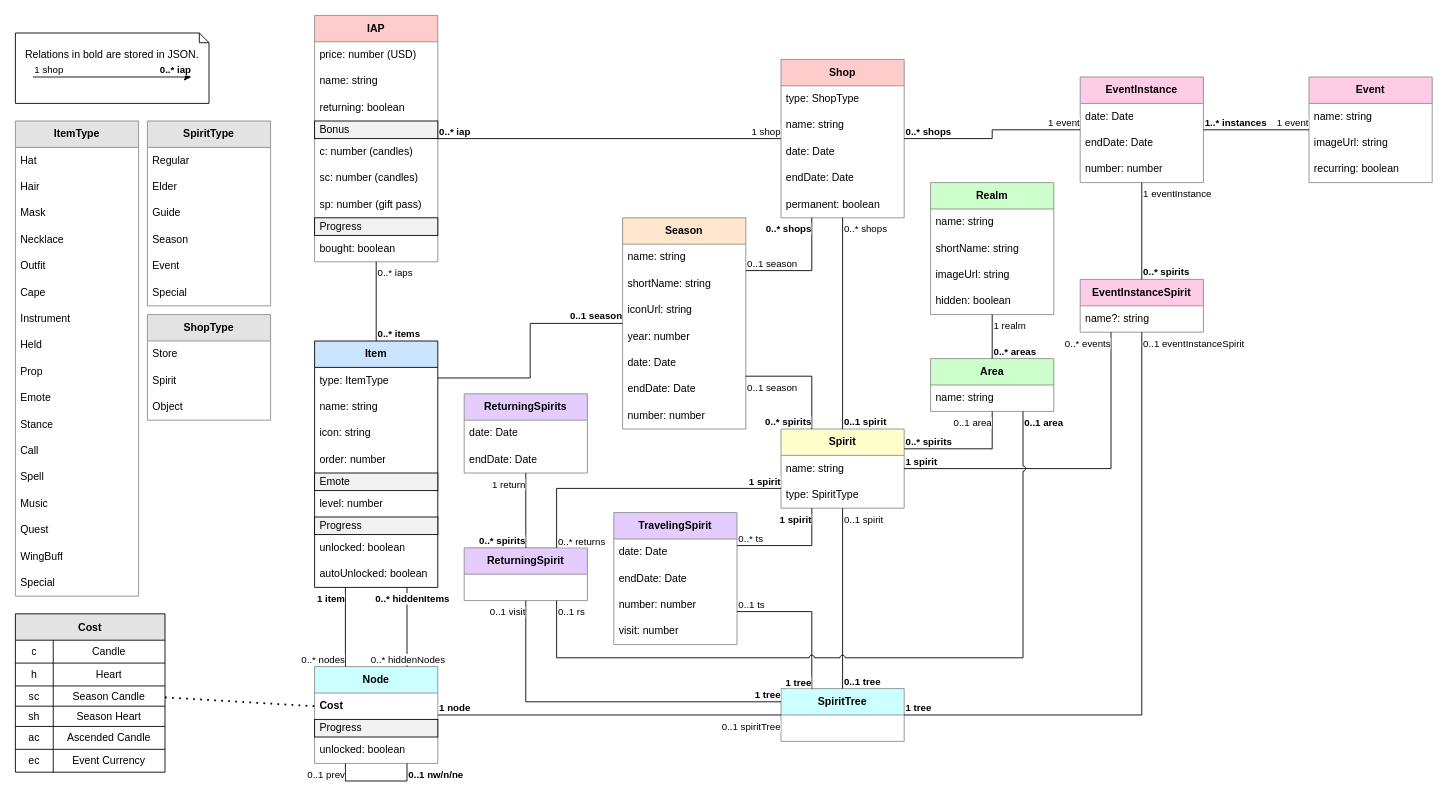
Before: diagrams/SkyPlannerData.drawio in Silverfeelin/SkyGame-Planner, a draw.io diagram. Source tidied: cells renumbered, new cells numbered last; positions are measured from the earlier drawing's top-left corner, leaving out a move shared by most shapes. Both pictures are drawn from the tidied source at 88%, with x=0, y=0 at pixel (15, 15).
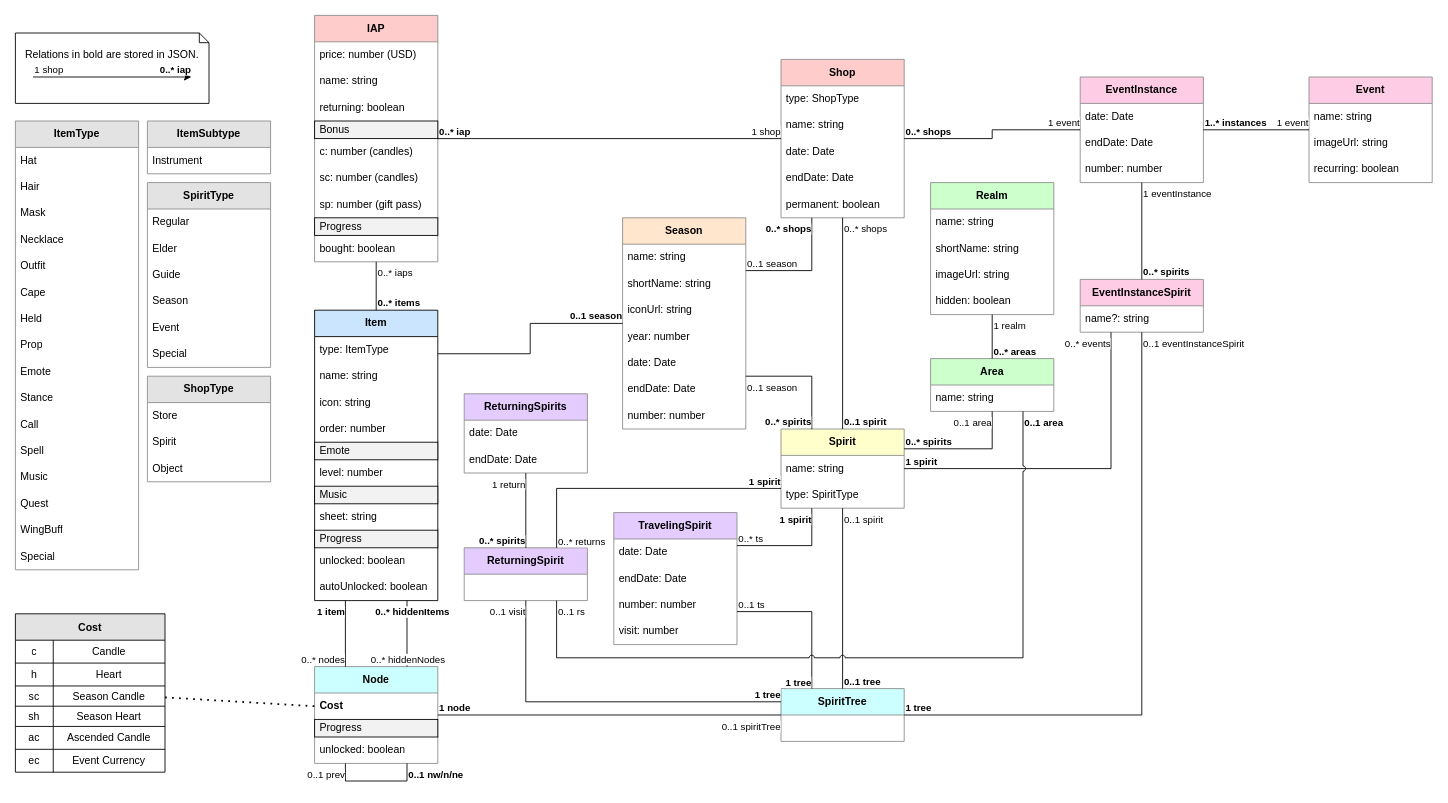
After the change.

Change to the diagram source:
```diff
@@
     <mxCell id="2" value="Item" style="swimlane;fontStyle=1;horizontal=1;startSize=30;whiteSpace=wrap;html=1;fillColor=#CCE5FF;fillStyle=auto;" parent="1" vertex="1">
-      <mxGeometry x="340" y="370" width="140" height="280" as="geometry" />
+      <mxGeometry x="340" y="335" width="140" height="330" as="geometry" />
     </mxCell>
@@
+    <mxCell id="221" value="Music" style="text;strokeColor=default;fillColor=#F2F2F2;align=left;verticalAlign=middle;spacingLeft=4;spacingRight=4;overflow=hidden;whiteSpace=wrap;html=1;" parent="2" vertex="1">
+      <mxGeometry y="200" width="140" height="20" as="geometry" />
+    </mxCell>
+    <mxCell id="222" value="sheet: string" style="text;strokeColor=none;fillColor=none;align=left;verticalAlign=middle;spacingLeft=4;spacingRight=4;overflow=hidden;whiteSpace=wrap;html=1;" parent="2" vertex="1">
+      <mxGeometry y="220" width="140" height="30" as="geometry" />
+    </mxCell>
     <mxCell id="9" value="Progress" style="text;strokeColor=default;fillColor=#F2F2F2;align=left;verticalAlign=middle;spacingLeft=4;spacingRight=4;overflow=hidden;whiteSpace=wrap;html=1;" parent="2" vertex="1">
-      <mxGeometry y="200" width="140" height="20" as="geometry" />
+      <mxGeometry y="250" width="140" height="20" as="geometry" />
     </mxCell>
     <mxCell id="10" value="unlocked: boolean" style="text;strokeColor=none;fillColor=none;align=left;verticalAlign=middle;spacingLeft=4;spacingRight=4;overflow=hidden;whiteSpace=wrap;html=1;" parent="2" vertex="1">
-      <mxGeometry y="220" width="140" height="30" as="geometry" />
+      <mxGeometry y="270" width="140" height="30" as="geometry" />
     </mxCell>
     <mxCell id="11" value="autoUnlocked: boolean" style="text;strokeColor=none;fillColor=none;align=left;verticalAlign=middle;spacingLeft=4;spacingRight=4;overflow=hidden;whiteSpace=wrap;html=1;" parent="2" vertex="1">
-      <mxGeometry y="250" width="140" height="30" as="geometry" />
+      <mxGeometry y="300" width="140" height="30" as="geometry" />
     </mxCell>
     <mxCell id="12" value="ItemType" style="swimlane;fontStyle=1;horizontal=1;startSize=30;whiteSpace=wrap;html=1;fillStyle=auto;strokeColor=#8C8C8C;fillColor=#E3E3E3;" parent="1" vertex="1">
-      <mxGeometry y="120" width="140" height="540" as="geometry" />
+      <mxGeometry y="120" width="140" height="510" as="geometry" />
     </mxCell>
@@
-    <mxCell id="19" value="Instrument" style="text;strokeColor=none;fillColor=none;align=left;verticalAlign=middle;spacingLeft=4;spacingRight=4;overflow=hidden;whiteSpace=wrap;html=1;fillStyle=auto;" parent="12" vertex="1">
-      <mxGeometry y="210" width="140" height="30" as="geometry" />
-    </mxCell>
     <mxCell id="20" value="Held" style="text;strokeColor=none;fillColor=none;align=left;verticalAlign=middle;spacingLeft=4;spacingRight=4;overflow=hidden;whiteSpace=wrap;html=1;fillStyle=auto;" parent="12" vertex="1">
-      <mxGeometry y="240" width="140" height="30" as="geometry" />
+      <mxGeometry y="210" width="140" height="30" as="geometry" />
     </mxCell>
     <mxCell id="21" value="Prop" style="text;strokeColor=none;fillColor=none;align=left;verticalAlign=middle;spacingLeft=4;spacingRight=4;overflow=hidden;whiteSpace=wrap;html=1;fillStyle=auto;" parent="12" vertex="1">
-      <mxGeometry y="270" width="140" height="30" as="geometry" />
+      <mxGeometry y="240" width="140" height="30" as="geometry" />
     </mxCell>
     <mxCell id="22" value="Emote" style="text;strokeColor=none;fillColor=none;align=left;verticalAlign=middle;spacingLeft=4;spacingRight=4;overflow=hidden;whiteSpace=wrap;html=1;fillStyle=auto;" parent="12" vertex="1">
-      <mxGeometry y="300" width="140" height="30" as="geometry" />
+      <mxGeometry y="270" width="140" height="30" as="geometry" />
     </mxCell>
     <mxCell id="23" value="Stance" style="text;strokeColor=none;fillColor=none;align=left;verticalAlign=middle;spacingLeft=4;spacingRight=4;overflow=hidden;whiteSpace=wrap;html=1;fillStyle=auto;" parent="12" vertex="1">
-      <mxGeometry y="330" width="140" height="30" as="geometry" />
+      <mxGeometry y="300" width="140" height="30" as="geometry" />
     </mxCell>
     <mxCell id="24" value="Call" style="text;strokeColor=none;fillColor=none;align=left;verticalAlign=middle;spacingLeft=4;spacingRight=4;overflow=hidden;whiteSpace=wrap;html=1;fillStyle=auto;" parent="12" vertex="1">
-      <mxGeometry y="360" width="140" height="30" as="geometry" />
+      <mxGeometry y="330" width="140" height="30" as="geometry" />
     </mxCell>
     <mxCell id="25" value="Spell" style="text;strokeColor=none;fillColor=none;align=left;verticalAlign=middle;spacingLeft=4;spacingRight=4;overflow=hidden;whiteSpace=wrap;html=1;fillStyle=auto;" parent="12" vertex="1">
-      <mxGeometry y="390" width="140" height="30" as="geometry" />
+      <mxGeometry y="360" width="140" height="30" as="geometry" />
     </mxCell>
     <mxCell id="26" value="Music" style="text;strokeColor=none;fillColor=none;align=left;verticalAlign=middle;spacingLeft=4;spacingRight=4;overflow=hidden;whiteSpace=wrap;html=1;fillStyle=auto;" parent="12" vertex="1">
-      <mxGeometry y="420" width="140" height="30" as="geometry" />
+      <mxGeometry y="390" width="140" height="30" as="geometry" />
     </mxCell>
     <mxCell id="27" value="Quest" style="text;strokeColor=none;fillColor=none;align=left;verticalAlign=middle;spacingLeft=4;spacingRight=4;overflow=hidden;whiteSpace=wrap;html=1;fillStyle=auto;" parent="12" vertex="1">
-      <mxGeometry y="450" width="140" height="30" as="geometry" />
+      <mxGeometry y="420" width="140" height="30" as="geometry" />
     </mxCell>
     <mxCell id="28" value="WingBuff" style="text;strokeColor=none;fillColor=none;align=left;verticalAlign=middle;spacingLeft=4;spacingRight=4;overflow=hidden;whiteSpace=wrap;html=1;fillStyle=auto;" parent="12" vertex="1">
-      <mxGeometry y="480" width="140" height="30" as="geometry" />
+      <mxGeometry y="450" width="140" height="30" as="geometry" />
     </mxCell>
     <mxCell id="29" value="Special" style="text;strokeColor=none;fillColor=none;align=left;verticalAlign=middle;spacingLeft=4;spacingRight=4;overflow=hidden;whiteSpace=wrap;html=1;fillStyle=auto;" parent="12" vertex="1">
-      <mxGeometry y="510" width="140" height="30" as="geometry" />
+      <mxGeometry y="480" width="140" height="30" as="geometry" />
     </mxCell>
@@
     <mxCell id="86" value="SpiritType" style="swimlane;fontStyle=1;horizontal=1;startSize=30;whiteSpace=wrap;html=1;fillStyle=auto;strokeColor=#8C8C8C;fillColor=#E3E3E3;" parent="1" vertex="1">
-      <mxGeometry x="150" y="120" width="140" height="210" as="geometry" />
+      <mxGeometry x="150" y="190" width="140" height="210" as="geometry" />
     </mxCell>
@@
     <mxCell id="99" value="ShopType" style="swimlane;fontStyle=1;horizontal=1;startSize=30;whiteSpace=wrap;html=1;fillStyle=auto;strokeColor=#8C8C8C;fillColor=#E3E3E3;" parent="1" vertex="1">
-      <mxGeometry x="150" y="340" width="140" height="120" as="geometry" />
+      <mxGeometry x="150" y="410" width="140" height="120" as="geometry" />
     </mxCell>
@@
+    <mxCell id="223" value="ItemSubtype" style="swimlane;fontStyle=1;horizontal=1;startSize=30;whiteSpace=wrap;html=1;fillStyle=auto;strokeColor=#8C8C8C;fillColor=#E3E3E3;" parent="1" vertex="1">
+      <mxGeometry x="150" y="120" width="140" height="60" as="geometry" />
+    </mxCell>
+    <mxCell id="19" value="Instrument" style="text;strokeColor=none;fillColor=none;align=left;verticalAlign=middle;spacingLeft=4;spacingRight=4;overflow=hidden;whiteSpace=wrap;html=1;fillStyle=auto;" parent="223" vertex="1">
+      <mxGeometry y="30" width="140" height="30" as="geometry" />
+    </mxCell>
```
